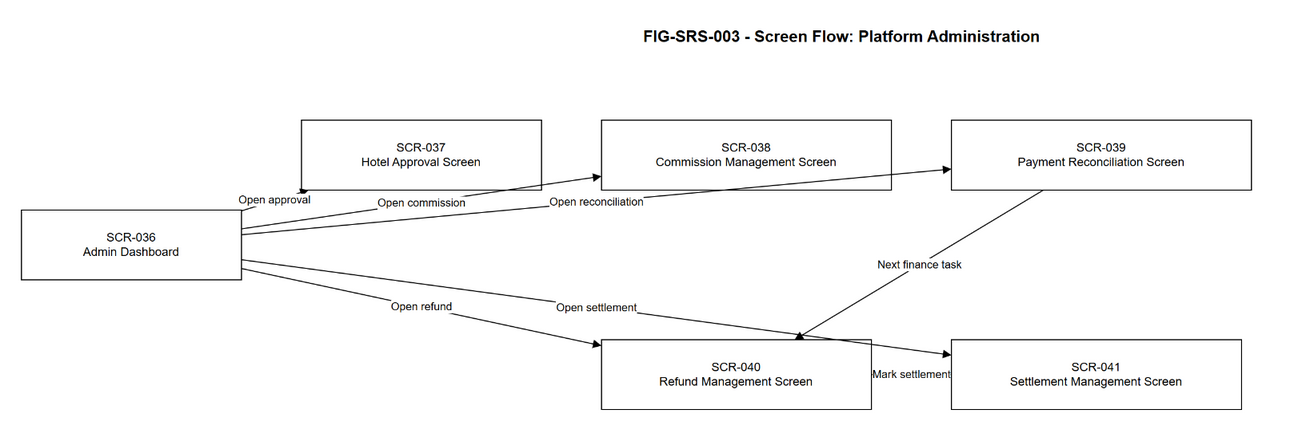
This is diagrams/png/FIG-SRS-003_screen_flow_platform_administration.png from thaideptrai218/hotel-management-system-srs, a draw.io export, as it was before one commit. Source tidied: cells renumbered, new cells last; positions are measured from the earlier drawing's top-left corner, leaving out a move shared by most shapes. The source it was exported from:
```xml
<mxGraphModel>
  <root>
    <mxCell id="0" />
    <mxCell id="1" parent="0" />
    <mxCell id="2" value="FIG-SRS-003 - Screen Flow: Platform Administration" style="text;html=1;strokeColor=none;fillColor=none;fontSize=16;fontStyle=1;align=center;" parent="1" vertex="1">
      <mxGeometry x="370" width="900" height="40" as="geometry" />
    </mxCell>
    <mxCell id="3" value="SCR-036&#10;Admin Dashboard" style="rounded=0;whiteSpace=wrap;html=1;fontSize=12;" parent="1" vertex="1">
      <mxGeometry y="190" width="220" height="70" as="geometry" />
    </mxCell>
    <mxCell id="4" value="SCR-037&#10;Hotel Approval Screen" style="rounded=0;whiteSpace=wrap;html=1;fontSize=12;" parent="1" vertex="1">
      <mxGeometry x="280" y="100" width="240" height="70" as="geometry" />
    </mxCell>
    <mxCell id="5" value="SCR-038&#10;Commission Management Screen" style="rounded=0;whiteSpace=wrap;html=1;fontSize=12;" parent="1" vertex="1">
      <mxGeometry x="580" y="100" width="290" height="70" as="geometry" />
    </mxCell>
    <mxCell id="6" value="SCR-039&#10;Payment Reconciliation Screen" style="rounded=0;whiteSpace=wrap;html=1;fontSize=12;" parent="1" vertex="1">
      <mxGeometry x="930" y="100" width="300" height="70" as="geometry" />
    </mxCell>
    <mxCell id="7" value="SCR-040&#10;Refund Management Screen" style="rounded=0;whiteSpace=wrap;html=1;fontSize=12;" parent="1" vertex="1">
      <mxGeometry x="580" y="320" width="270" height="70" as="geometry" />
    </mxCell>
    <mxCell id="8" value="SCR-041&#10;Settlement Management Screen" style="rounded=0;whiteSpace=wrap;html=1;fontSize=12;" parent="1" vertex="1">
      <mxGeometry x="930" y="320" width="290" height="70" as="geometry" />
    </mxCell>
    <mxCell id="9" value="Open approval" style="endArrow=block;html=1;rounded=0;fontSize=11;" parent="1" edge="1" source="3" target="4">
      <mxGeometry relative="1" as="geometry" />
    </mxCell>
    <mxCell id="10" value="Open commission" style="endArrow=block;html=1;rounded=0;fontSize=11;" parent="1" edge="1" source="3" target="5">
      <mxGeometry relative="1" as="geometry" />
    </mxCell>
    <mxCell id="11" value="Open reconciliation" style="endArrow=block;html=1;rounded=0;fontSize=11;" parent="1" edge="1" source="3" target="6">
      <mxGeometry relative="1" as="geometry" />
    </mxCell>
    <mxCell id="12" value="Open refund" style="endArrow=block;html=1;rounded=0;fontSize=11;" parent="1" edge="1" source="3" target="7">
      <mxGeometry relative="1" as="geometry" />
    </mxCell>
    <mxCell id="13" value="Open settlement" style="endArrow=block;html=1;rounded=0;fontSize=11;" parent="1" edge="1" source="3" target="8">
      <mxGeometry relative="1" as="geometry" />
    </mxCell>
    <mxCell id="14" value="Next finance task" style="endArrow=block;html=1;rounded=0;fontSize=11;" parent="1" edge="1" source="6" target="7">
      <mxGeometry relative="1" as="geometry" />
    </mxCell>
    <mxCell id="15" value="Mark settlement" style="endArrow=block;html=1;rounded=0;fontSize=11;" parent="1" edge="1" source="7" target="8">
      <mxGeometry relative="1" as="geometry" />
    </mxCell>
  </root>
</mxGraphModel>
```
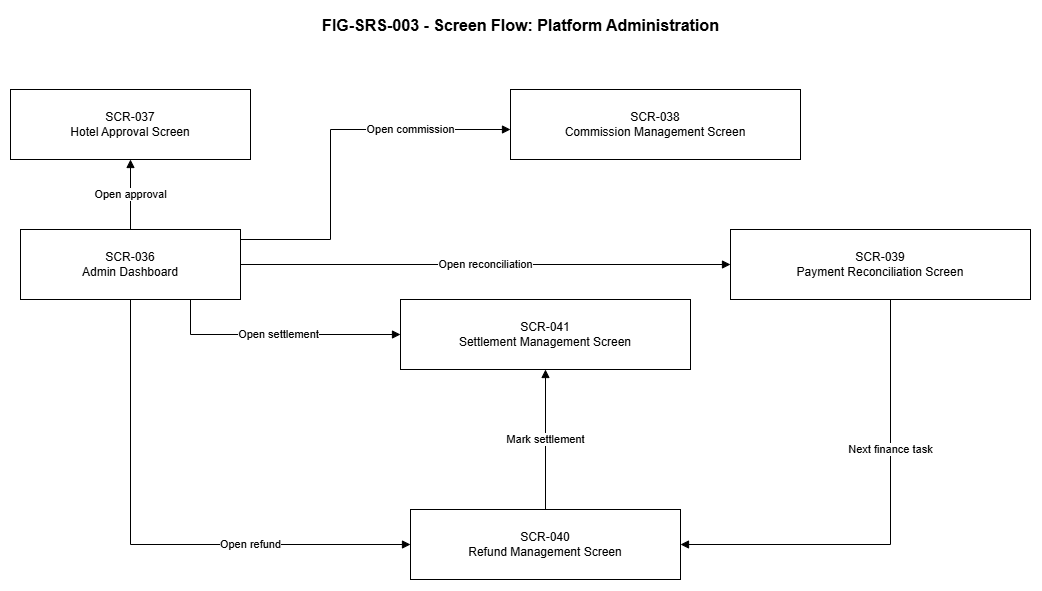
Later version of the same file.

What changed in the source:
```diff
@@ -6,40 +6,57 @@
       <mxGeometry x="370" width="900" height="40" as="geometry" />
     </mxCell>
     <mxCell id="3" value="SCR-036&#10;Admin Dashboard" style="rounded=0;whiteSpace=wrap;html=1;fontSize=12;" parent="1" vertex="1">
-      <mxGeometry y="190" width="220" height="70" as="geometry" />
+      <mxGeometry x="320" y="220" width="220" height="70" as="geometry" />
     </mxCell>
     <mxCell id="4" value="SCR-037&#10;Hotel Approval Screen" style="rounded=0;whiteSpace=wrap;html=1;fontSize=12;" parent="1" vertex="1">
-      <mxGeometry x="280" y="100" width="240" height="70" as="geometry" />
+      <mxGeometry x="310" y="80" width="240" height="70" as="geometry" />
     </mxCell>
     <mxCell id="5" value="SCR-038&#10;Commission Management Screen" style="rounded=0;whiteSpace=wrap;html=1;fontSize=12;" parent="1" vertex="1">
-      <mxGeometry x="580" y="100" width="290" height="70" as="geometry" />
+      <mxGeometry x="810" y="80" width="290" height="70" as="geometry" />
     </mxCell>
     <mxCell id="6" value="SCR-039&#10;Payment Reconciliation Screen" style="rounded=0;whiteSpace=wrap;html=1;fontSize=12;" parent="1" vertex="1">
-      <mxGeometry x="930" y="100" width="300" height="70" as="geometry" />
+      <mxGeometry x="1030" y="220" width="300" height="70" as="geometry" />
     </mxCell>
     <mxCell id="7" value="SCR-040&#10;Refund Management Screen" style="rounded=0;whiteSpace=wrap;html=1;fontSize=12;" parent="1" vertex="1">
-      <mxGeometry x="580" y="320" width="270" height="70" as="geometry" />
+      <mxGeometry x="710" y="500" width="270" height="70" as="geometry" />
     </mxCell>
     <mxCell id="8" value="SCR-041&#10;Settlement Management Screen" style="rounded=0;whiteSpace=wrap;html=1;fontSize=12;" parent="1" vertex="1">
-      <mxGeometry x="930" y="320" width="290" height="70" as="geometry" />
+      <mxGeometry x="700" y="290" width="290" height="70" as="geometry" />
     </mxCell>
     <mxCell id="9" value="Open approval" style="endArrow=block;html=1;rounded=0;fontSize=11;" parent="1" edge="1" source="3" target="4">
       <mxGeometry relative="1" as="geometry" />
     </mxCell>
-    <mxCell id="10" value="Open commission" style="endArrow=block;html=1;rounded=0;fontSize=11;" parent="1" edge="1" source="3" target="5">
-      <mxGeometry relative="1" as="geometry" />
+    <mxCell id="10" value="Open commission" style="endArrow=block;html=1;rounded=0;fontSize=11;edgeStyle=orthogonalEdgeStyle;" parent="1" edge="1" source="3" target="5">
+      <mxGeometry x="0.47" relative="1" as="geometry">
+        <Array as="points">
+          <mxPoint x="630" y="230" />
+          <mxPoint x="630" y="120" />
+        </Array>
+      </mxGeometry>
     </mxCell>
     <mxCell id="11" value="Open reconciliation" style="endArrow=block;html=1;rounded=0;fontSize=11;" parent="1" edge="1" source="3" target="6">
       <mxGeometry relative="1" as="geometry" />
     </mxCell>
-    <mxCell id="12" value="Open refund" style="endArrow=block;html=1;rounded=0;fontSize=11;" parent="1" edge="1" source="3" target="7">
-      <mxGeometry relative="1" as="geometry" />
+    <mxCell id="12" value="Open refund" style="endArrow=block;html=1;rounded=0;fontSize=11;edgeStyle=orthogonalEdgeStyle;" parent="1" edge="1" source="3" target="7">
+      <mxGeometry x="0.39" relative="1" as="geometry">
+        <Array as="points">
+          <mxPoint x="430" y="535" />
+        </Array>
+      </mxGeometry>
     </mxCell>
-    <mxCell id="13" value="Open settlement" style="endArrow=block;html=1;rounded=0;fontSize=11;" parent="1" edge="1" source="3" target="8">
-      <mxGeometry relative="1" as="geometry" />
+    <mxCell id="13" value="Open settlement" style="endArrow=block;html=1;rounded=0;fontSize=11;edgeStyle=orthogonalEdgeStyle;" parent="1" edge="1" source="3" target="8">
+      <mxGeometry relative="1" as="geometry">
+        <Array as="points">
+          <mxPoint x="490" y="325" />
+        </Array>
+      </mxGeometry>
     </mxCell>
-    <mxCell id="14" value="Next finance task" style="endArrow=block;html=1;rounded=0;fontSize=11;" parent="1" edge="1" source="6" target="7">
-      <mxGeometry relative="1" as="geometry" />
+    <mxCell id="14" value="Next finance task" style="endArrow=block;html=1;rounded=0;fontSize=11;edgeStyle=orthogonalEdgeStyle;" parent="1" edge="1" source="6" target="7">
+      <mxGeometry x="-0.34" relative="1" as="geometry">
+        <Array as="points">
+          <mxPoint x="1190" y="535" />
+        </Array>
+      </mxGeometry>
     </mxCell>
     <mxCell id="15" value="Mark settlement" style="endArrow=block;html=1;rounded=0;fontSize=11;" parent="1" edge="1" source="7" target="8">
       <mxGeometry relative="1" as="geometry" />
```
